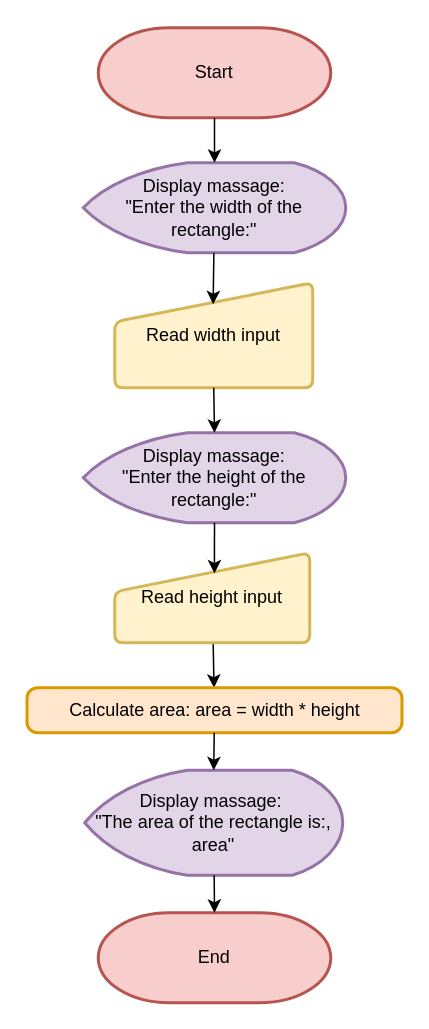
This is Lecture-02/test_flow.drawio from ThirawatINET/ComProPythonINET, a draw.io file, before an edit. Source tidied: cells renumbered, new cells numbered last; positions are measured from the earlier drawing's top-left corner, leaving out a move shared by most shapes. Both pictures are drawn from the tidied source at 150%, with x=0, y=0 at pixel (26, 27).
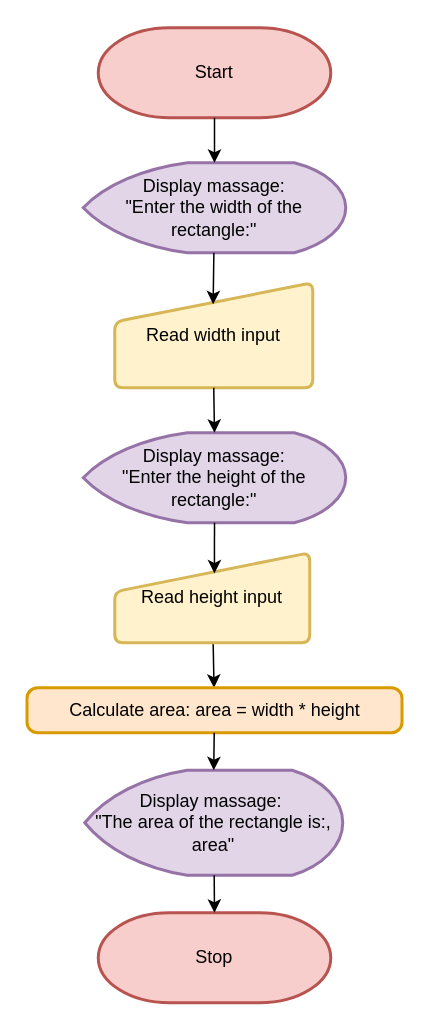
The same diagram, later.

Diff of the diagram source:
```diff
@@
 <mxGraphModel>
   <root>
     <mxCell id="0" />
     <mxCell id="1" parent="0" />
     <mxCell id="2" value="Start" style="strokeWidth=2;html=1;shape=mxgraph.flowchart.terminator;whiteSpace=wrap;fillColor=#f8cecc;strokeColor=#b85450;" parent="1" vertex="1">
       <mxGeometry x="48" width="155" height="60" as="geometry" />
     </mxCell>
     <mxCell id="3" value="Display massage:&lt;div&gt;&quot;Enter the width of the rectangle:&quot;&lt;/div&gt;" style="strokeWidth=2;html=1;shape=mxgraph.flowchart.display;whiteSpace=wrap;align=center;fillColor=#e1d5e7;strokeColor=#9673a6;" parent="1" vertex="1">
       <mxGeometry x="38" y="90" width="175" height="60" as="geometry" />
     </mxCell>
     <mxCell id="4" value="Read width input" style="html=1;strokeWidth=2;shape=manualInput;whiteSpace=wrap;rounded=1;size=26;arcSize=11;fillColor=#fff2cc;strokeColor=#d6b656;verticalAlign=middle;" parent="1" vertex="1">
       <mxGeometry x="59" y="170" width="132" height="70" as="geometry" />
     </mxCell>
     <mxCell id="5" style="edgeStyle=none;html=1;entryX=0.5;entryY=0;entryDx=0;entryDy=0;entryPerimeter=0;" parent="1" edge="1" source="2" target="3">
       <mxGeometry relative="1" as="geometry" />
     </mxCell>
     <mxCell id="6" value="Display massage:&lt;div&gt;&quot;Enter the height of the rectangle:&quot;&lt;/div&gt;" style="strokeWidth=2;html=1;shape=mxgraph.flowchart.display;whiteSpace=wrap;align=center;fillColor=#e1d5e7;strokeColor=#9673a6;" parent="1" vertex="1">
       <mxGeometry x="38" y="270" width="175" height="60" as="geometry" />
     </mxCell>
     <mxCell id="7" value="Display massage:&amp;nbsp;&lt;div&gt;&quot;The area of the rectangle is:, area&quot;&lt;/div&gt;" style="strokeWidth=2;html=1;shape=mxgraph.flowchart.display;whiteSpace=wrap;fillColor=#e1d5e7;strokeColor=#9673a6;" parent="1" vertex="1">
       <mxGeometry x="39" y="495" width="172" height="70" as="geometry" />
     </mxCell>
     <mxCell id="8" style="edgeStyle=none;html=1;exitX=0.5;exitY=1;exitDx=0;exitDy=0;entryX=0.5;entryY=0;entryDx=0;entryDy=0;entryPerimeter=0;" parent="1" edge="1" source="4" target="6">
       <mxGeometry relative="1" as="geometry" />
     </mxCell>
-    <mxCell id="9" value="End" style="strokeWidth=2;html=1;shape=mxgraph.flowchart.terminator;whiteSpace=wrap;fillColor=#f8cecc;strokeColor=#b85450;" parent="1" vertex="1">
+    <mxCell id="9" value="Stop" style="strokeWidth=2;html=1;shape=mxgraph.flowchart.terminator;whiteSpace=wrap;fillColor=#f8cecc;strokeColor=#b85450;" parent="1" vertex="1">
       <mxGeometry x="48" y="590" width="155" height="60" as="geometry" />
     </mxCell>
     <mxCell id="10" style="edgeStyle=none;html=1;" parent="1" edge="1" source="11" target="13">
       <mxGeometry relative="1" as="geometry" />
     </mxCell>
     <mxCell id="11" value="Read height input" style="html=1;strokeWidth=2;shape=manualInput;whiteSpace=wrap;rounded=1;size=26;arcSize=11;fillColor=#fff2cc;strokeColor=#d6b656;verticalAlign=middle;labelPosition=center;verticalLabelPosition=middle;align=center;" parent="1" vertex="1">
       <mxGeometry x="59" y="350" width="130" height="60" as="geometry" />
     </mxCell>
     <mxCell id="12" style="edgeStyle=none;html=1;exitX=0.5;exitY=1;exitDx=0;exitDy=0;exitPerimeter=0;entryX=0.511;entryY=0.23;entryDx=0;entryDy=0;entryPerimeter=0;" parent="1" edge="1" source="6" target="11">
       <mxGeometry relative="1" as="geometry" />
     </mxCell>
     <mxCell id="13" value="Calculate area: area = width * height" style="rounded=1;whiteSpace=wrap;html=1;absoluteArcSize=1;arcSize=14;strokeWidth=2;fillColor=#ffe6cc;strokeColor=#d79b00;" parent="1" vertex="1">
       <mxGeometry x="0.5" y="440" width="250" height="30" as="geometry" />
     </mxCell>
     <mxCell id="14" style="edgeStyle=none;html=1;entryX=0.5;entryY=0;entryDx=0;entryDy=0;entryPerimeter=0;" parent="1" edge="1" source="13" target="7">
       <mxGeometry relative="1" as="geometry" />
     </mxCell>
     <mxCell id="15" style="edgeStyle=none;html=1;entryX=0.5;entryY=0;entryDx=0;entryDy=0;entryPerimeter=0;" parent="1" edge="1" source="7" target="9">
       <mxGeometry relative="1" as="geometry" />
     </mxCell>
     <mxCell id="16" style="edgeStyle=none;html=1;entryX=0.497;entryY=0.205;entryDx=0;entryDy=0;entryPerimeter=0;" parent="1" edge="1" source="3" target="4">
       <mxGeometry relative="1" as="geometry" />
     </mxCell>
   </root>
 </mxGraphModel>
```
